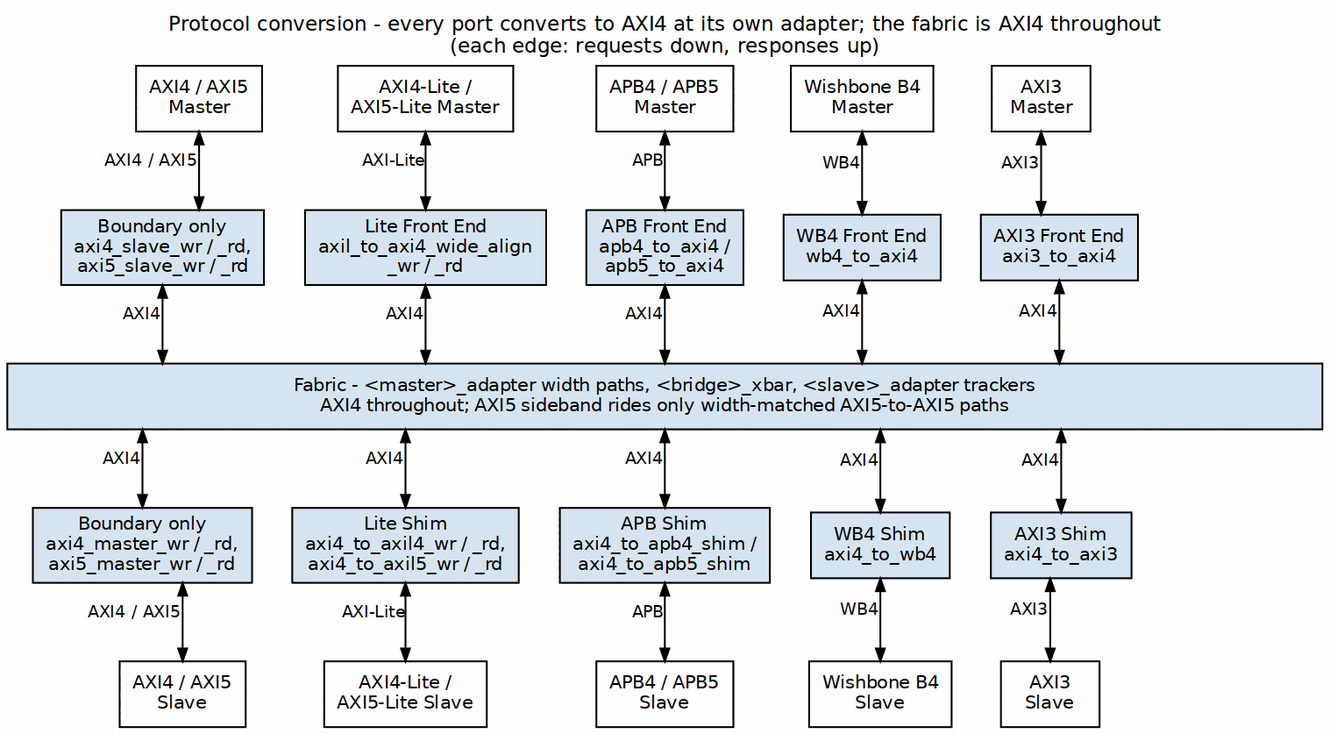
Before: projects/components/fabric-gen-ip/bridge/docs/bridge_mas/assets/graphviz/protocol_conversion_arch.png, a diagram exported from Graphviz (sean-galloway/RTLDesignSherpa). Its source is kept beside it as projects/components/fabric-gen-ip/bridge/docs/bridge_mas/assets/graphviz/protocol_conversion_arch.dot.
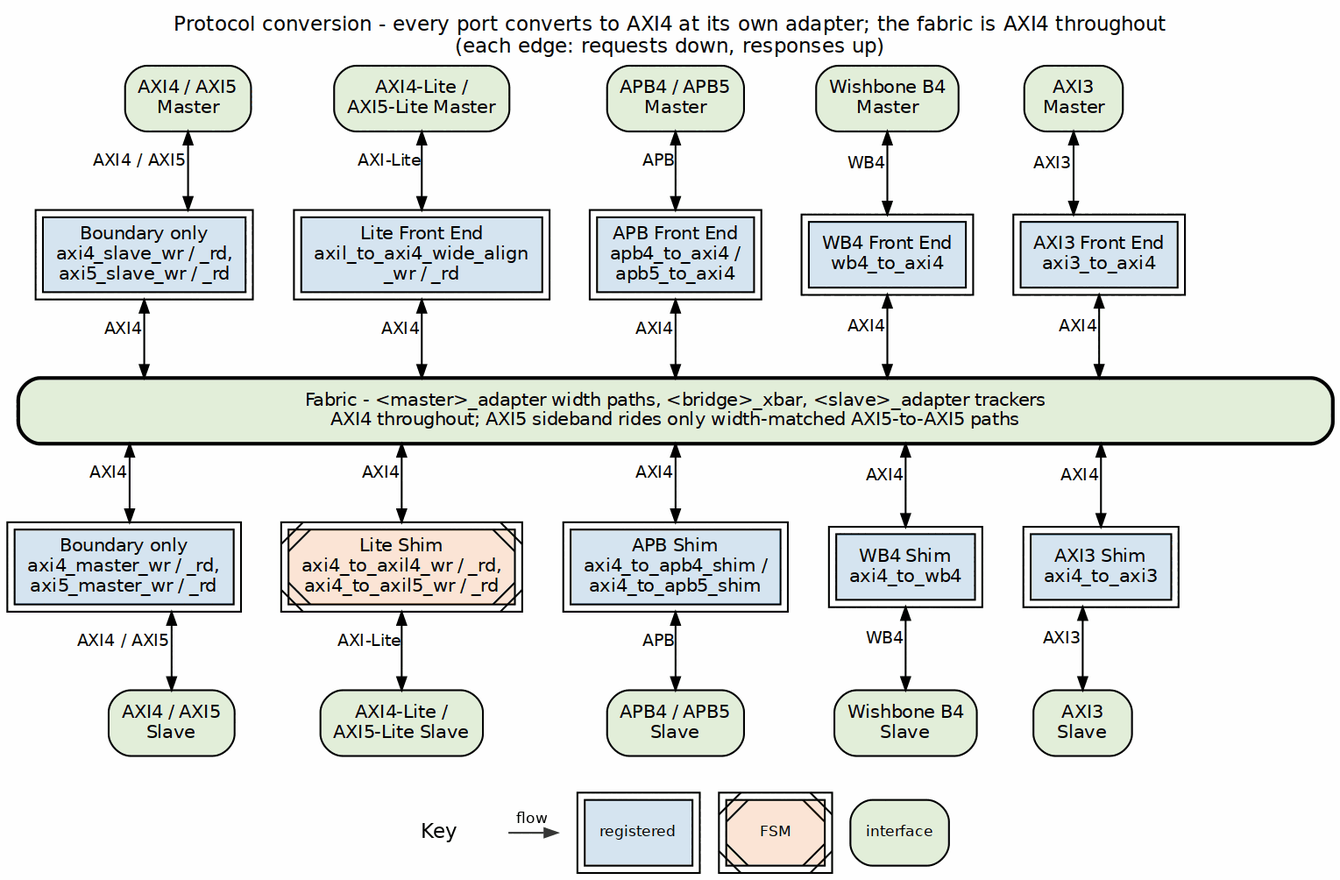
The same file after the commit.

Diff of the diagram source:
```diff
@@ -3,40 +3,40 @@
            nodesep="0.30", ranksep="0.60", splines=ortho, labelloc=t,
            label="Protocol conversion - every port converts to AXI4 at its own adapter; the fabric is AXI4 throughout\n(each edge: requests down, responses up)"];
     node  [fontname="Helvetica", fontsize=10, shape=box, style=filled,
-           fillcolor="#D6E4F0", color="black", margin="0.10,0.06"];
+           fillcolor="white", color="black", margin="0.10,0.06"];
     edge  [fontname="Helvetica", fontsize=9, color="black", arrowsize=0.7, dir=both];
 
-    m1 [label="AXI4 / AXI5\nMaster", fillcolor="white"];
-    m2 [label="AXI4-Lite /\nAXI5-Lite Master", fillcolor="white"];
-    m3 [label="APB4 / APB5\nMaster", fillcolor="white"];
-    m4 [label="Wishbone B4\nMaster", fillcolor="white"];
-    m5 [label="AXI3\nMaster", fillcolor="white"];
+    m1 [label="AXI4 / AXI5\nMaster", fillcolor="white", style="rounded,filled", fillcolor="#E2EFDA"];
+    m2 [label="AXI4-Lite /\nAXI5-Lite Master", fillcolor="white", style="rounded,filled", fillcolor="#E2EFDA"];
+    m3 [label="APB4 / APB5\nMaster", fillcolor="white", style="rounded,filled", fillcolor="#E2EFDA"];
+    m4 [label="Wishbone B4\nMaster", fillcolor="white", style="rounded,filled", fillcolor="#E2EFDA"];
+    m5 [label="AXI3\nMaster", fillcolor="white", style="rounded,filled", fillcolor="#E2EFDA"];
     { rank=same; m1; m2; m3; m4; m5; }
     m1 -> m2 -> m3 -> m4 -> m5 [style=invis, dir=none];
 
-    f1 [label="Boundary only\naxi4_slave_wr / _rd,\naxi5_slave_wr / _rd"];
-    f2 [label="Lite Front End\naxil_to_axi4_wide_align\n_wr / _rd"];
-    f3 [label="APB Front End\napb4_to_axi4 /\napb5_to_axi4"];
-    f4 [label="WB4 Front End\nwb4_to_axi4"];
-    f5 [label="AXI3 Front End\naxi3_to_axi4"];
+    f1 [label="Boundary only\naxi4_slave_wr / _rd,\naxi5_slave_wr / _rd", peripheries=2, style="filled", fillcolor="#D6E4F0"];
+    f2 [label="Lite Front End\naxil_to_axi4_wide_align\n_wr / _rd", peripheries=2, style="filled", fillcolor="#D6E4F0"];
+    f3 [label="APB Front End\napb4_to_axi4 /\napb5_to_axi4", peripheries=2, style="filled", fillcolor="#D6E4F0"];
+    f4 [label="WB4 Front End\nwb4_to_axi4", peripheries=2, style="filled", fillcolor="#D6E4F0"];
+    f5 [label="AXI3 Front End\naxi3_to_axi4", peripheries=2, style="filled", fillcolor="#D6E4F0"];
     { rank=same; f1; f2; f3; f4; f5; }
     f1 -> f2 -> f3 -> f4 -> f5 [style=invis, dir=none];
 
-    x [label="Fabric - <master>_adapter width paths, <bridge>_xbar, <slave>_adapter trackers\nAXI4 throughout; AXI5 sideband rides only width-matched AXI5-to-AXI5 paths", width=10];
+    x [label="Fabric - <master>_adapter width paths, <bridge>_xbar, <slave>_adapter trackers\nAXI4 throughout; AXI5 sideband rides only width-matched AXI5-to-AXI5 paths", width=10, style="rounded,filled,bold", fillcolor="#E2EFDA"];
 
-    s1 [label="Boundary only\naxi4_master_wr / _rd,\naxi5_master_wr / _rd"];
-    s2 [label="Lite Shim\naxi4_to_axil4_wr / _rd,\naxi4_to_axil5_wr / _rd"];
-    s3 [label="APB Shim\naxi4_to_apb4_shim /\naxi4_to_apb5_shim"];
-    s4 [label="WB4 Shim\naxi4_to_wb4"];
-    s5 [label="AXI3 Shim\naxi4_to_axi3"];
+    s1 [label="Boundary only\naxi4_master_wr / _rd,\naxi5_master_wr / _rd", peripheries=2, style="filled", fillcolor="#D6E4F0"];
+    s2 [label="Lite Shim\naxi4_to_axil4_wr / _rd,\naxi4_to_axil5_wr / _rd", peripheries=2, style="filled,diagonals", fillcolor="#FCE4D6"];
+    s3 [label="APB Shim\naxi4_to_apb4_shim /\naxi4_to_apb5_shim", peripheries=2, style="filled", fillcolor="#D6E4F0"];
+    s4 [label="WB4 Shim\naxi4_to_wb4", peripheries=2, style="filled", fillcolor="#D6E4F0"];
+    s5 [label="AXI3 Shim\naxi4_to_axi3", peripheries=2, style="filled", fillcolor="#D6E4F0"];
     { rank=same; s1; s2; s3; s4; s5; }
     s1 -> s2 -> s3 -> s4 -> s5 [style=invis, dir=none];
 
-    t1 [label="AXI4 / AXI5\nSlave", fillcolor="white"];
-    t2 [label="AXI4-Lite /\nAXI5-Lite Slave", fillcolor="white"];
-    t3 [label="APB4 / APB5\nSlave", fillcolor="white"];
-    t4 [label="Wishbone B4\nSlave", fillcolor="white"];
-    t5 [label="AXI3\nSlave", fillcolor="white"];
+    t1 [label="AXI4 / AXI5\nSlave", fillcolor="white", style="rounded,filled", fillcolor="#E2EFDA"];
+    t2 [label="AXI4-Lite /\nAXI5-Lite Slave", fillcolor="white", style="rounded,filled", fillcolor="#E2EFDA"];
+    t3 [label="APB4 / APB5\nSlave", fillcolor="white", style="rounded,filled", fillcolor="#E2EFDA"];
+    t4 [label="Wishbone B4\nSlave", fillcolor="white", style="rounded,filled", fillcolor="#E2EFDA"];
+    t5 [label="AXI3\nSlave", fillcolor="white", style="rounded,filled", fillcolor="#E2EFDA"];
     { rank=same; t1; t2; t3; t4; t5; }
     t1 -> t2 -> t3 -> t4 -> t5 [style=invis, dir=none];
 
```
